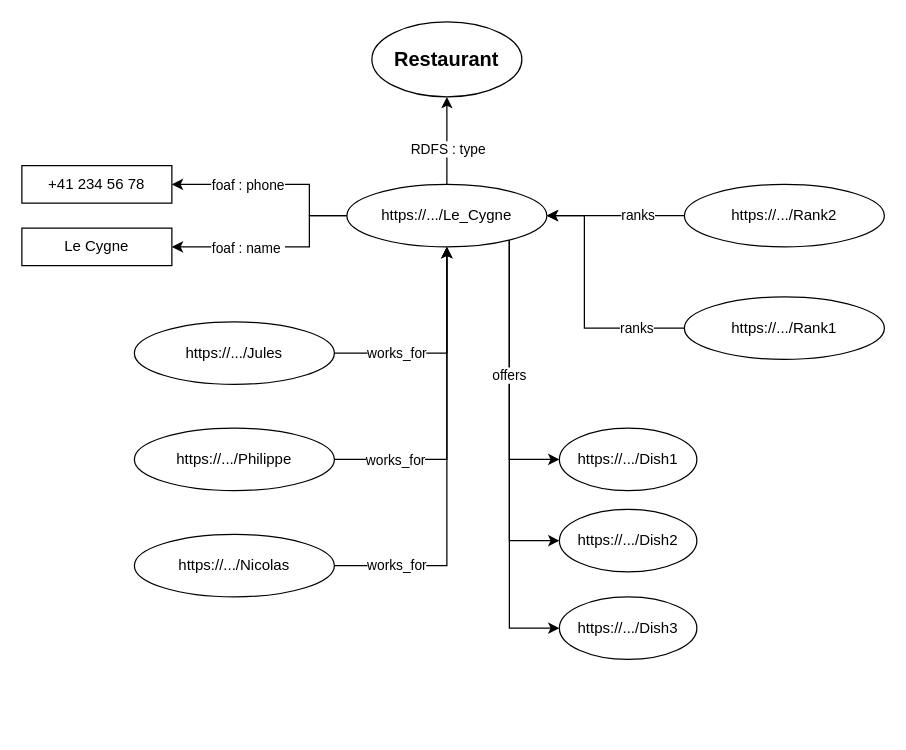
CH-KevinDubois/MAS-RAD-4-WEB-Mini-Projet keeps this draw.io diagram as schema/instanceRestaurant.dio. Above is the earlier version. Source tidied: cells renumbered, new cells numbered last; positions are measured from the earlier drawing's top-left corner, leaving out a move shared by most shapes. Both pictures are drawn from the tidied source at 125%, with x=0, y=0 at pixel (21, 21).
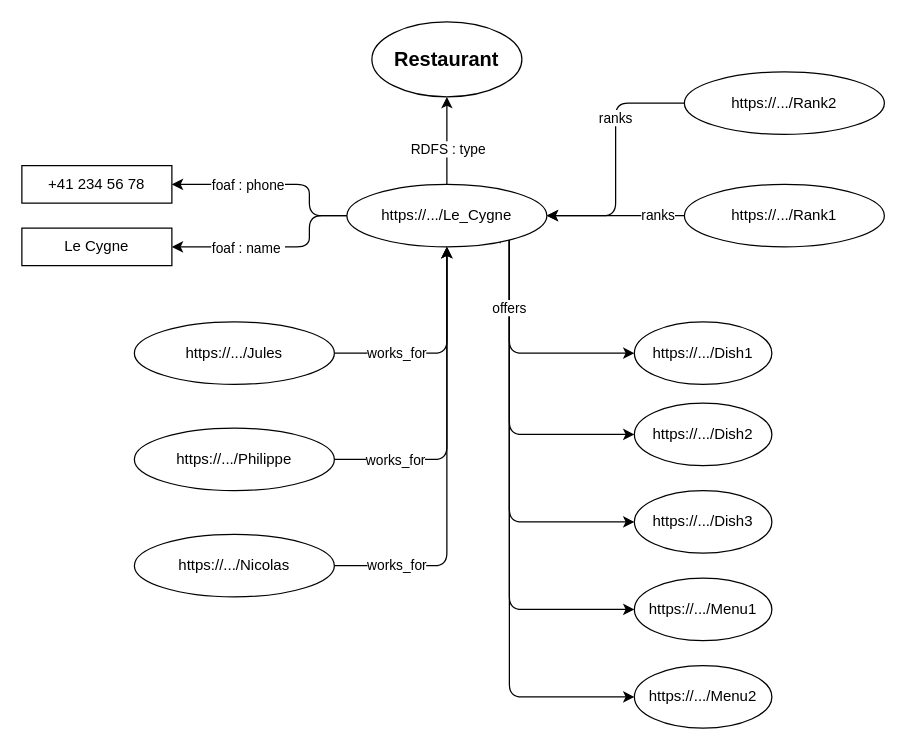
After the change.

The change refers to these unchanged cells:
```xml
<mxCell id="12" value="+41 234 56 78" style="rounded=0;whiteSpace=wrap;html=1;" parent="1" vertex="1">
  <mxGeometry y="115" width="120" height="30" as="geometry" />
</mxCell>
<mxCell id="13" value="Le Cygne" style="rounded=0;whiteSpace=wrap;html=1;" parent="1" vertex="1">
  <mxGeometry y="165" width="120" height="30" as="geometry" />
</mxCell>
<mxCell id="16" value="https://.../Nicolas" style="ellipse;whiteSpace=wrap;html=1;" parent="1" vertex="1">
  <mxGeometry x="90" y="410" width="160" height="50" as="geometry" />
</mxCell>
<mxCell id="23" value="https://.../Jules" style="ellipse;whiteSpace=wrap;html=1;" parent="1" vertex="1">
  <mxGeometry x="90" y="240" width="160" height="50" as="geometry" />
</mxCell>
<mxCell id="26" value="https://.../Philippe" style="ellipse;whiteSpace=wrap;html=1;" parent="1" vertex="1">
  <mxGeometry x="90" y="325" width="160" height="50" as="geometry" />
</mxCell>
```

Change to the diagram source:
```diff
@@
-    <mxCell id="2" style="edgeStyle=orthogonalEdgeStyle;rounded=0;jettySize=auto;html=1;entryX=0;entryY=0.5;entryDx=0;entryDy=0;" parent="1" edge="1" source="11" target="27">
+    <mxCell id="2" style="edgeStyle=orthogonalEdgeStyle;rounded=1;jettySize=auto;html=1;entryX=0;entryY=0.5;entryDx=0;entryDy=0;" parent="1" edge="1" source="11" target="27">
       <mxGeometry relative="1" as="geometry">
         <Array as="points">
           <mxPoint x="390" y="155" />
-          <mxPoint x="390" y="415" />
+          <mxPoint x="390" y="330" />
         </Array>
       </mxGeometry>
     </mxCell>
-    <mxCell id="3" style="edgeStyle=orthogonalEdgeStyle;rounded=0;jettySize=auto;html=1;entryX=0;entryY=0.5;entryDx=0;entryDy=0;" parent="1" edge="1" source="11" target="28">
+    <mxCell id="3" style="edgeStyle=orthogonalEdgeStyle;rounded=1;jettySize=auto;html=1;entryX=0;entryY=0.5;entryDx=0;entryDy=0;" parent="1" edge="1" source="11" target="28">
       <mxGeometry relative="1" as="geometry">
         <Array as="points">
           <mxPoint x="390" y="155" />
-          <mxPoint x="390" y="485" />
+          <mxPoint x="390" y="400" />
         </Array>
       </mxGeometry>
     </mxCell>
-    <mxCell id="4" value="offers" style="edgeStyle=orthogonalEdgeStyle;rounded=0;jettySize=auto;html=1;entryX=0;entryY=0.5;entryDx=0;entryDy=0;" parent="1" edge="1" source="11" target="17">
-      <mxGeometry relative="1" as="geometry">
-        <Array as="points">
-          <mxPoint x="390" y="155" />
-          <mxPoint x="390" y="350" />
-        </Array>
-      </mxGeometry>
-    </mxCell>
@@
-    <mxCell id="7" style="edgeStyle=orthogonalEdgeStyle;rounded=0;jettySize=auto;html=1;entryX=1;entryY=0.5;entryDx=0;entryDy=0;" parent="1" edge="1" source="11" target="12">
+    <mxCell id="7" style="edgeStyle=orthogonalEdgeStyle;rounded=1;jettySize=auto;html=1;entryX=1;entryY=0.5;entryDx=0;entryDy=0;" parent="1" edge="1" source="11" target="12">
       <mxGeometry relative="1" as="geometry">
         <Array as="points">
           <mxPoint x="230" y="155" />
           <mxPoint x="230" y="130" />
         </Array>
       </mxGeometry>
     </mxCell>
@@
-    <mxCell id="9" style="edgeStyle=orthogonalEdgeStyle;rounded=0;jettySize=auto;html=1;entryX=1;entryY=0.5;entryDx=0;entryDy=0;" parent="1" edge="1" source="11" target="13">
+    <mxCell id="9" style="edgeStyle=orthogonalEdgeStyle;rounded=1;jettySize=auto;html=1;entryX=1;entryY=0.5;entryDx=0;entryDy=0;" parent="1" edge="1" source="11" target="13">
       <mxGeometry relative="1" as="geometry">
         <Array as="points">
           <mxPoint x="230" y="155" />
           <mxPoint x="230" y="180" />
         </Array>
       </mxGeometry>
     </mxCell>
@@
-    <mxCell id="11" value="https://.../Le_Cygne" style="ellipse;whiteSpace=wrap;html=1;" parent="1" vertex="1">
-      <mxGeometry x="260" y="130" width="160" height="50" as="geometry" />
-    </mxCell>
+    <mxCell id="29" style="edgeStyle=orthogonalEdgeStyle;rounded=1;jettySize=auto;html=1;entryX=0;entryY=0.5;entryDx=0;entryDy=0;" parent="1" edge="1" source="11" target="31">
+      <mxGeometry relative="1" as="geometry">
+        <Array as="points">
+          <mxPoint x="390" y="470" />
+        </Array>
+      </mxGeometry>
+    </mxCell>
+    <mxCell id="30" style="edgeStyle=orthogonalEdgeStyle;rounded=1;jettySize=auto;html=1;entryX=0;entryY=0.5;entryDx=0;entryDy=0;" parent="1" edge="1" source="11" target="32">
+      <mxGeometry relative="1" as="geometry">
+        <Array as="points">
+          <mxPoint x="390" y="540" />
+        </Array>
+      </mxGeometry>
+    </mxCell>
@@
-    <mxCell id="15" value="works_for" style="edgeStyle=orthogonalEdgeStyle;rounded=0;jettySize=auto;html=1;entryX=0.5;entryY=1;entryDx=0;entryDy=0;" parent="1" edge="1" source="16" target="11">
+    <mxCell id="15" value="works_for" style="edgeStyle=orthogonalEdgeStyle;rounded=1;jettySize=auto;html=1;entryX=0.5;entryY=1;entryDx=0;entryDy=0;" parent="1" edge="1" source="16" target="11">
       <mxGeometry x="-0.71" relative="1" as="geometry" />
     </mxCell>
@@
     <mxCell id="17" value="https://.../Dish1" style="ellipse;whiteSpace=wrap;html=1;" parent="1" vertex="1">
-      <mxGeometry x="430" y="325" width="110" height="50" as="geometry" />
+      <mxGeometry x="490" y="240" width="110" height="50" as="geometry" />
     </mxCell>
-    <mxCell id="18" value="ranks" style="edgeStyle=orthogonalEdgeStyle;rounded=0;jettySize=auto;html=1;entryX=1;entryY=0.5;entryDx=0;entryDy=0;" parent="1" edge="1" source="19" target="11">
+    <mxCell id="18" value="ranks" style="edgeStyle=orthogonalEdgeStyle;rounded=1;jettySize=auto;html=1;entryX=1;entryY=0.5;entryDx=0;entryDy=0;" parent="1" edge="1" source="19" target="11">
       <mxGeometry x="-0.33" relative="1" as="geometry" />
     </mxCell>
     <mxCell id="19" value="https://.../Rank2" style="ellipse;whiteSpace=wrap;html=1;" parent="1" vertex="1">
-      <mxGeometry x="530" y="130" width="160" height="50" as="geometry" />
+      <mxGeometry x="530" y="40" width="160" height="50" as="geometry" />
     </mxCell>
-    <mxCell id="20" value="ranks" style="edgeStyle=orthogonalEdgeStyle;rounded=0;jettySize=auto;html=1;" parent="1" edge="1" source="21">
+    <mxCell id="20" value="ranks" style="edgeStyle=orthogonalEdgeStyle;rounded=1;jettySize=auto;html=1;exitX=0;exitY=0.5;exitDx=0;exitDy=0;" parent="1" edge="1" source="21">
       <mxGeometry x="-0.62" relative="1" as="geometry">
         <mxPoint x="420" y="155" as="targetPoint" />
         <Array as="points">
-          <mxPoint x="450" y="245" />
-          <mxPoint x="450" y="155" />
+          <mxPoint x="470" y="155" />
+          <mxPoint x="470" y="155" />
         </Array>
       </mxGeometry>
     </mxCell>
     <mxCell id="21" value="https://.../Rank1" style="ellipse;whiteSpace=wrap;html=1;" parent="1" vertex="1">
-      <mxGeometry x="530" y="220" width="160" height="50" as="geometry" />
+      <mxGeometry x="530" y="130" width="160" height="50" as="geometry" />
     </mxCell>
-    <mxCell id="22" value="works_for" style="edgeStyle=orthogonalEdgeStyle;rounded=0;jettySize=auto;html=1;entryX=0.5;entryY=1;entryDx=0;entryDy=0;" parent="1" edge="1" source="23" target="11">
+    <mxCell id="22" value="works_for" style="edgeStyle=orthogonalEdgeStyle;rounded=1;jettySize=auto;html=1;entryX=0.5;entryY=1;entryDx=0;entryDy=0;" parent="1" edge="1" source="23" target="11">
       <mxGeometry x="-0.43" relative="1" as="geometry" />
     </mxCell>
@@
-    <mxCell id="24" style="edgeStyle=orthogonalEdgeStyle;rounded=0;jettySize=auto;html=1;entryX=0.5;entryY=1;entryDx=0;entryDy=0;" parent="1" edge="1" source="26" target="11">
+    <mxCell id="24" style="edgeStyle=orthogonalEdgeStyle;rounded=1;jettySize=auto;html=1;entryX=0.5;entryY=1;entryDx=0;entryDy=0;" parent="1" edge="1" source="26" target="11">
       <mxGeometry relative="1" as="geometry">
         <Array as="points">
           <mxPoint x="340" y="350" />
         </Array>
       </mxGeometry>
     </mxCell>
@@
     <mxCell id="27" value="https://.../Dish2" style="ellipse;whiteSpace=wrap;html=1;" parent="1" vertex="1">
-      <mxGeometry x="430" y="390" width="110" height="50" as="geometry" />
+      <mxGeometry x="490" y="305" width="110" height="50" as="geometry" />
     </mxCell>
     <mxCell id="28" value="https://.../Dish3" style="ellipse;whiteSpace=wrap;html=1;" parent="1" vertex="1">
-      <mxGeometry x="430" y="460" width="110" height="50" as="geometry" />
+      <mxGeometry x="490" y="375" width="110" height="50" as="geometry" />
     </mxCell>
+    <mxCell id="31" value="https://.../Menu1" style="ellipse;whiteSpace=wrap;html=1;" parent="1" vertex="1">
+      <mxGeometry x="490" y="445" width="110" height="50" as="geometry" />
+    </mxCell>
+    <mxCell id="32" value="https://.../Menu2" style="ellipse;whiteSpace=wrap;html=1;" parent="1" vertex="1">
+      <mxGeometry x="490" y="515" width="110" height="50" as="geometry" />
+    </mxCell>
+    <mxCell id="4" value="offers" style="edgeStyle=orthogonalEdgeStyle;rounded=1;jettySize=auto;html=1;entryX=0;entryY=0.5;entryDx=0;entryDy=0;exitX=0.766;exitY=0.943;exitDx=0;exitDy=0;exitPerimeter=0;" parent="1" edge="1" source="11" target="17">
+      <mxGeometry x="-0.13" relative="1" as="geometry">
+        <Array as="points">
+          <mxPoint x="383" y="155" />
+          <mxPoint x="390" y="155" />
+          <mxPoint x="390" y="265" />
+        </Array>
+      </mxGeometry>
+    </mxCell>
+    <mxCell id="11" value="https://.../Le_Cygne" style="ellipse;whiteSpace=wrap;html=1;" parent="1" vertex="1">
+      <mxGeometry x="260" y="130" width="160" height="50" as="geometry" />
+    </mxCell>
```
